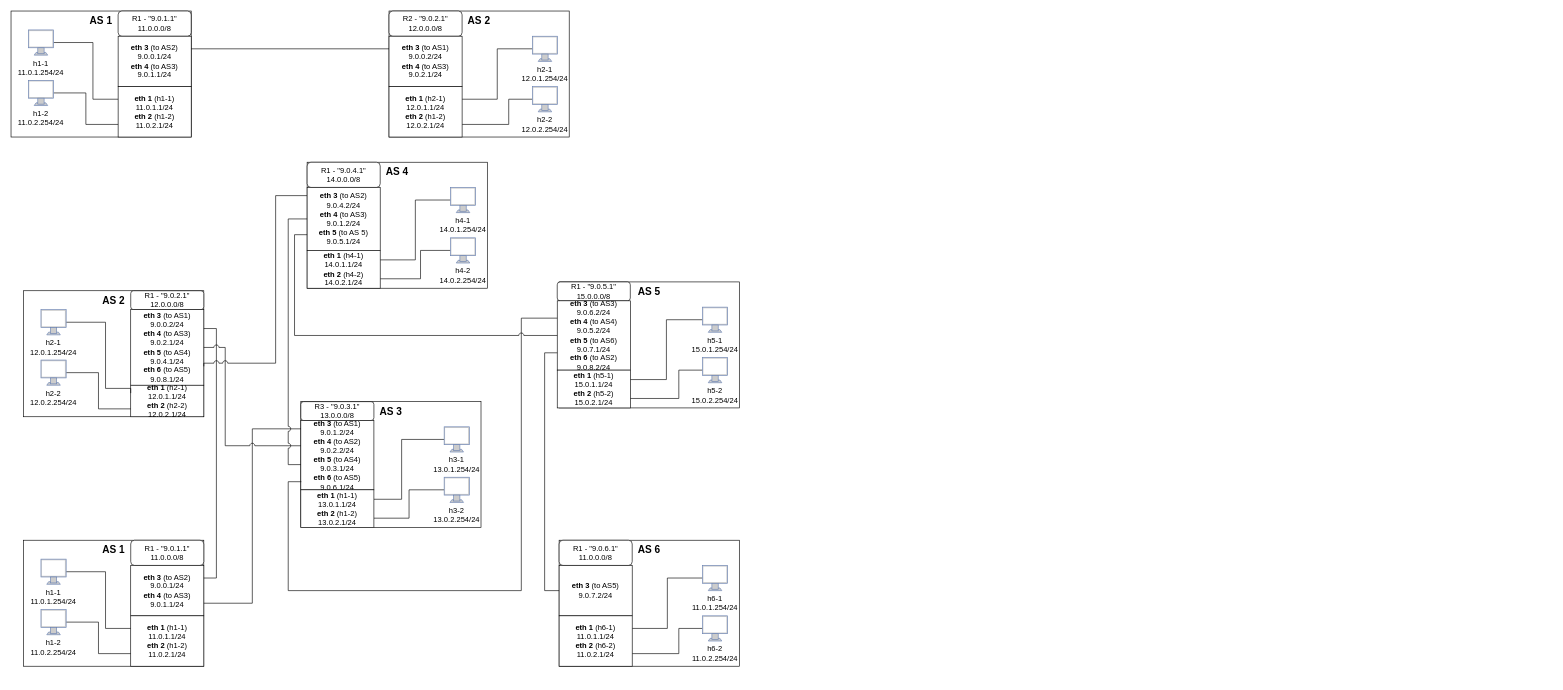
Above: CN_BGPHijacking.drawio in andymakesapps/diagrams (draw.io), before the change. Source tidied: cells renumbered, new cells numbered last; positions are measured from the earlier drawing's top-left corner, leaving out a move shared by most shapes. Both pictures are drawn from the tidied source at 63%, with x=0, y=0 at pixel (11, 11).
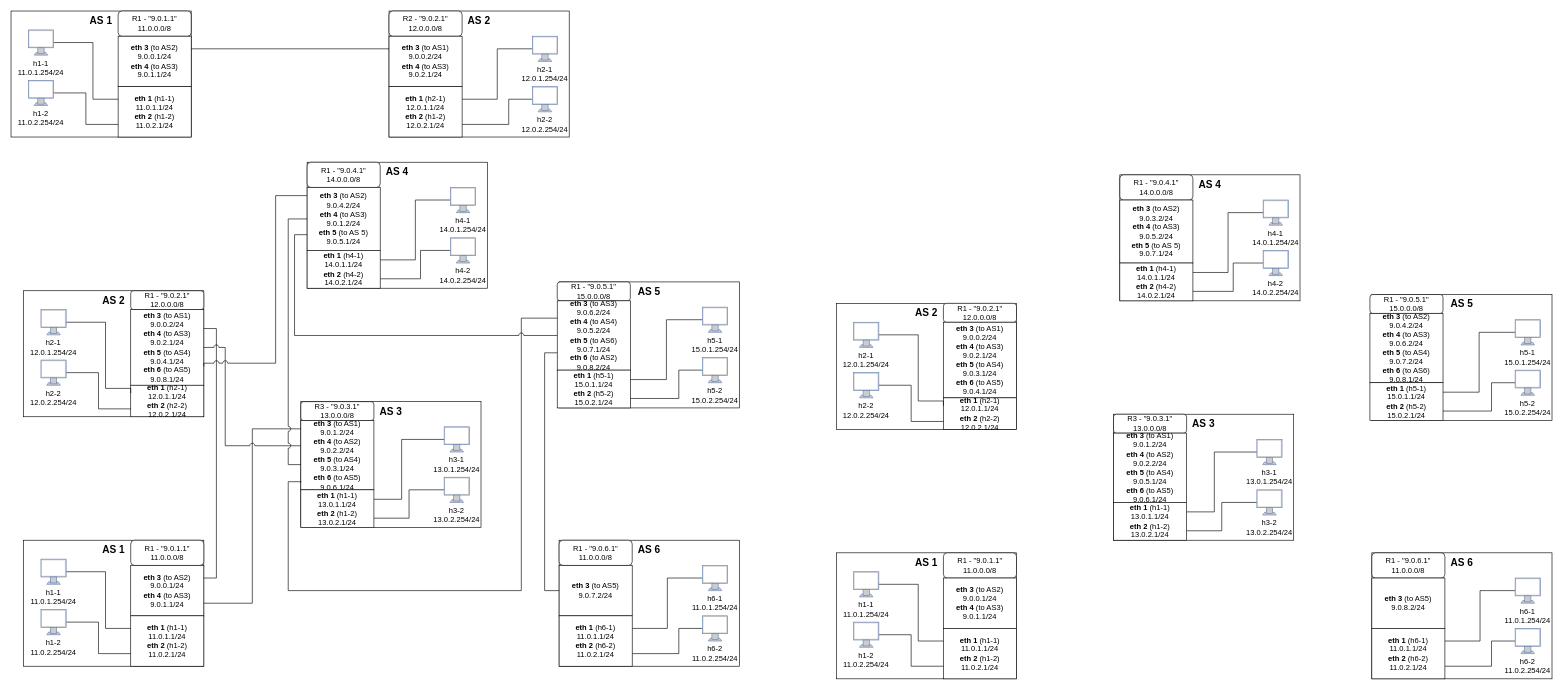
The same page after the edit.

The edit, as a diff of the source:
```diff
@@
+    <mxCell id="107" style="group;" parent="1" vertex="1">
+      <mxGeometry x="1310" y="860" width="286" height="200" as="geometry" />
+    </mxCell>
+    <mxCell id="108" style="rounded=0;whiteSpace=wrap;html=1;" parent="107" vertex="1">
+      <mxGeometry width="286" height="200" as="geometry" />
+    </mxCell>
+    <mxCell id="109" value="R1 - &quot;9.0.1.1&quot;&lt;br&gt;11.0.0.0/8" style="rounded=1;whiteSpace=wrap;html=1;" parent="107" vertex="1">
+      <mxGeometry x="170" width="116" height="40" as="geometry" />
+    </mxCell>
+    <mxCell id="110" value="&lt;b&gt;eth 3 &lt;/b&gt;(to AS2)&lt;br&gt;9.0.0.1/24&lt;br&gt;&lt;b&gt;eth 4 &lt;/b&gt;(to AS3)&lt;br&gt;9.0.1.1/24" style="rounded=0;whiteSpace=wrap;html=1;" parent="107" vertex="1">
+      <mxGeometry x="170" y="40" width="116" height="80" as="geometry" />
+    </mxCell>
+    <mxCell id="111" value="&lt;b&gt;eth 1&amp;nbsp;&lt;/b&gt;(h1-1)&lt;br&gt;11.0.1.1/24&lt;br&gt;&lt;b&gt;eth 2&amp;nbsp;&lt;/b&gt;(h1-2)&lt;br&gt;11.0.2.1/24" style="rounded=0;whiteSpace=wrap;html=1;" parent="107" vertex="1">
+      <mxGeometry x="170" y="120" width="116" height="80" as="geometry" />
+    </mxCell>
+    <mxCell id="112" style="edgeStyle=orthogonalEdgeStyle;rounded=0;jettySize=auto;html=1;exitX=1;exitY=0.5;exitDx=0;exitDy=0;exitPerimeter=0;entryX=0;entryY=0.25;entryDx=0;entryDy=0;endArrow=none;endFill=0;" parent="107" edge="1" source="113" target="111">
+      <mxGeometry relative="1" as="geometry">
+        <Array as="points">
+          <mxPoint x="130" y="50" />
+          <mxPoint x="130" y="140" />
+        </Array>
+      </mxGeometry>
+    </mxCell>
+    <mxCell id="113" style="fontColor=#0066CC;verticalAlign=top;verticalLabelPosition=bottom;labelPosition=center;align=center;html=1;outlineConnect=0;fillColor=#CCCCCC;strokeColor=#6881B3;gradientColor=none;gradientDirection=north;strokeWidth=2;shape=mxgraph.networks.monitor;" parent="107" vertex="1">
+      <mxGeometry x="27.5" y="30" width="40" height="40" as="geometry" />
+    </mxCell>
+    <mxCell id="114" value="h1-1&lt;br&gt;11.0.1.254/24" style="text;html=1;strokeColor=none;fillColor=none;align=center;verticalAlign=middle;whiteSpace=wrap;rounded=0;" parent="107" vertex="1">
+      <mxGeometry x="20" y="75" width="55" height="30" as="geometry" />
+    </mxCell>
+    <mxCell id="115" style="edgeStyle=orthogonalEdgeStyle;rounded=0;jettySize=auto;html=1;exitX=1;exitY=0.5;exitDx=0;exitDy=0;exitPerimeter=0;entryX=0;entryY=0.75;entryDx=0;entryDy=0;endArrow=none;endFill=0;" parent="107" edge="1" source="116" target="111">
+      <mxGeometry relative="1" as="geometry" />
+    </mxCell>
+    <mxCell id="116" style="fontColor=#0066CC;verticalAlign=top;verticalLabelPosition=bottom;labelPosition=center;align=center;html=1;outlineConnect=0;fillColor=#CCCCCC;strokeColor=#6881B3;gradientColor=none;gradientDirection=north;strokeWidth=2;shape=mxgraph.networks.monitor;" parent="107" vertex="1">
+      <mxGeometry x="27.5" y="110" width="40" height="40" as="geometry" />
+    </mxCell>
+    <mxCell id="117" value="h1-2&lt;br&gt;11.0.2.254/24" style="text;html=1;strokeColor=none;fillColor=none;align=center;verticalAlign=middle;whiteSpace=wrap;rounded=0;" parent="107" vertex="1">
+      <mxGeometry x="20" y="155" width="55" height="30" as="geometry" />
+    </mxCell>
+    <mxCell id="118" value="&lt;b&gt;&lt;font style=&quot;font-size: 16px;&quot;&gt;AS 1&lt;/font&gt;&lt;/b&gt;" style="text;html=1;strokeColor=none;fillColor=none;align=center;verticalAlign=middle;whiteSpace=wrap;rounded=0;" parent="107" vertex="1">
+      <mxGeometry x="113" width="60" height="30" as="geometry" />
+    </mxCell>
+    <mxCell id="119" style="group;" parent="1" vertex="1">
+      <mxGeometry x="2160" y="860" width="286" height="200" as="geometry" />
+    </mxCell>
+    <mxCell id="120" style="rounded=0;whiteSpace=wrap;html=1;" parent="119" vertex="1">
+      <mxGeometry width="286" height="200" as="geometry" />
+    </mxCell>
+    <mxCell id="121" style="edgeStyle=orthogonalEdgeStyle;rounded=0;jettySize=auto;html=1;exitX=0;exitY=0.5;exitDx=0;exitDy=0;exitPerimeter=0;entryX=1;entryY=0.25;entryDx=0;entryDy=0;endArrow=none;endFill=0;" parent="119" edge="1" source="122" target="130">
+      <mxGeometry relative="1" as="geometry" />
+    </mxCell>
+    <mxCell id="122" style="fontColor=#0066CC;verticalAlign=top;verticalLabelPosition=bottom;labelPosition=center;align=center;html=1;outlineConnect=0;fillColor=#CCCCCC;strokeColor=#6881B3;gradientColor=none;gradientDirection=north;strokeWidth=2;shape=mxgraph.networks.monitor;" parent="119" vertex="1">
+      <mxGeometry x="227.5" y="40" width="40" height="40" as="geometry" />
+    </mxCell>
+    <mxCell id="123" value="h6-1&lt;br&gt;11.0.1.254/24" style="text;html=1;strokeColor=none;fillColor=none;align=center;verticalAlign=middle;whiteSpace=wrap;rounded=0;" parent="119" vertex="1">
+      <mxGeometry x="220" y="85" width="55" height="30" as="geometry" />
+    </mxCell>
+    <mxCell id="124" style="edgeStyle=orthogonalEdgeStyle;rounded=0;jettySize=auto;html=1;exitX=0;exitY=0.5;exitDx=0;exitDy=0;exitPerimeter=0;entryX=1;entryY=0.75;entryDx=0;entryDy=0;endArrow=none;endFill=0;" parent="119" edge="1" source="125" target="130">
+      <mxGeometry relative="1" as="geometry">
+        <Array as="points">
+          <mxPoint x="190" y="140" />
+          <mxPoint x="190" y="180" />
+        </Array>
+      </mxGeometry>
+    </mxCell>
+    <mxCell id="125" style="fontColor=#0066CC;verticalAlign=top;verticalLabelPosition=bottom;labelPosition=center;align=center;html=1;outlineConnect=0;fillColor=#CCCCCC;strokeColor=#6881B3;gradientColor=none;gradientDirection=north;strokeWidth=2;shape=mxgraph.networks.monitor;" parent="119" vertex="1">
+      <mxGeometry x="227.5" y="120" width="40" height="40" as="geometry" />
+    </mxCell>
+    <mxCell id="126" value="h6-2&lt;br&gt;11.0.2.254/24" style="text;html=1;strokeColor=none;fillColor=none;align=center;verticalAlign=middle;whiteSpace=wrap;rounded=0;" parent="119" vertex="1">
+      <mxGeometry x="220" y="165" width="55" height="30" as="geometry" />
+    </mxCell>
+    <mxCell id="127" value="&lt;b&gt;&lt;font style=&quot;font-size: 16px;&quot;&gt;AS 6&lt;/font&gt;&lt;/b&gt;" style="text;html=1;strokeColor=none;fillColor=none;align=center;verticalAlign=middle;whiteSpace=wrap;rounded=0;" parent="119" vertex="1">
+      <mxGeometry x="113" width="60" height="30" as="geometry" />
+    </mxCell>
+    <mxCell id="128" value="R1 - &quot;9.0.6.1&quot;&lt;br&gt;11.0.0.0/8" style="rounded=1;whiteSpace=wrap;html=1;" parent="119" vertex="1">
+      <mxGeometry width="116" height="40" as="geometry" />
+    </mxCell>
+    <mxCell id="129" value="&lt;b&gt;eth 3 &lt;/b&gt;(to AS5)&lt;br&gt;9.0.8.2/24" style="rounded=0;whiteSpace=wrap;html=1;" parent="119" vertex="1">
+      <mxGeometry y="40" width="116" height="80" as="geometry" />
+    </mxCell>
+    <mxCell id="130" value="&lt;b&gt;eth 1&amp;nbsp;&lt;/b&gt;(h6-1)&lt;br&gt;11.0.1.1/24&lt;br&gt;&lt;b&gt;eth 2&amp;nbsp;&lt;/b&gt;(h6-2)&lt;br&gt;11.0.2.1/24" style="rounded=0;whiteSpace=wrap;html=1;" parent="119" vertex="1">
+      <mxGeometry y="120" width="116" height="80" as="geometry" />
+    </mxCell>
+    <mxCell id="131" style="group;" parent="1" vertex="1">
+      <mxGeometry x="1310" y="464" width="286" height="200" as="geometry" />
+    </mxCell>
+    <mxCell id="132" style="rounded=0;whiteSpace=wrap;html=1;" parent="131" vertex="1">
+      <mxGeometry width="286" height="200" as="geometry" />
+    </mxCell>
+    <mxCell id="133" value="R1 - &quot;9.0.2.1&quot;&lt;br&gt;12.0.0.0/8" style="rounded=1;whiteSpace=wrap;html=1;" parent="131" vertex="1">
+      <mxGeometry x="170" width="116" height="30" as="geometry" />
+    </mxCell>
+    <mxCell id="134" value="&lt;b&gt;eth 3 &lt;/b&gt;(to AS1)&lt;br&gt;9.0.0.2/24&lt;br&gt;&lt;b&gt;eth 4 &lt;/b&gt;(to AS3)&lt;br&gt;9.0.2.1/24&lt;br&gt;&lt;b&gt;eth 5 &lt;/b&gt;(to AS4)&lt;br&gt;9.0.3.1/24&lt;br&gt;&lt;b&gt;eth 6 &lt;/b&gt;(to AS5)&lt;br&gt;9.0.4.1/24" style="rounded=0;whiteSpace=wrap;html=1;" parent="131" vertex="1">
+      <mxGeometry x="170" y="30" width="116" height="120" as="geometry" />
+    </mxCell>
+    <mxCell id="135" value="&lt;b&gt;eth 1&amp;nbsp;&lt;/b&gt;(h2-1)&lt;br&gt;12.0.1.1/24&lt;br&gt;&lt;b&gt;eth 2&amp;nbsp;&lt;/b&gt;(h2-2)&lt;br&gt;12.0.2.1/24" style="rounded=0;whiteSpace=wrap;html=1;" parent="131" vertex="1">
+      <mxGeometry x="170" y="150" width="116" height="50" as="geometry" />
+    </mxCell>
+    <mxCell id="136" style="edgeStyle=orthogonalEdgeStyle;rounded=0;jettySize=auto;html=1;exitX=1;exitY=0.5;exitDx=0;exitDy=0;exitPerimeter=0;entryX=0;entryY=0.25;entryDx=0;entryDy=0;endArrow=none;endFill=0;" parent="131" edge="1" source="137" target="135">
+      <mxGeometry relative="1" as="geometry">
+        <Array as="points">
+          <mxPoint x="130" y="50" />
+          <mxPoint x="130" y="155" />
+        </Array>
+      </mxGeometry>
+    </mxCell>
+    <mxCell id="137" style="fontColor=#0066CC;verticalAlign=top;verticalLabelPosition=bottom;labelPosition=center;align=center;html=1;outlineConnect=0;fillColor=#CCCCCC;strokeColor=#6881B3;gradientColor=none;gradientDirection=north;strokeWidth=2;shape=mxgraph.networks.monitor;" parent="131" vertex="1">
+      <mxGeometry x="27.5" y="30" width="40" height="40" as="geometry" />
+    </mxCell>
+    <mxCell id="138" value="h2-1&lt;br&gt;12.0.1.254/24" style="text;html=1;strokeColor=none;fillColor=none;align=center;verticalAlign=middle;whiteSpace=wrap;rounded=0;" parent="131" vertex="1">
+      <mxGeometry x="20" y="75" width="55" height="30" as="geometry" />
+    </mxCell>
+    <mxCell id="139" style="edgeStyle=orthogonalEdgeStyle;rounded=0;jettySize=auto;html=1;exitX=1;exitY=0.5;exitDx=0;exitDy=0;exitPerimeter=0;entryX=0;entryY=0.75;entryDx=0;entryDy=0;endArrow=none;endFill=0;" parent="131" edge="1" source="140" target="135">
+      <mxGeometry relative="1" as="geometry" />
+    </mxCell>
+    <mxCell id="140" style="fontColor=#0066CC;verticalAlign=top;verticalLabelPosition=bottom;labelPosition=center;align=center;html=1;outlineConnect=0;fillColor=#CCCCCC;strokeColor=#6881B3;gradientColor=none;gradientDirection=north;strokeWidth=2;shape=mxgraph.networks.monitor;" parent="131" vertex="1">
+      <mxGeometry x="27.5" y="110" width="40" height="40" as="geometry" />
+    </mxCell>
+    <mxCell id="141" value="h2-2&lt;br&gt;12.0.2.254/24" style="text;html=1;strokeColor=none;fillColor=none;align=center;verticalAlign=middle;whiteSpace=wrap;rounded=0;" parent="131" vertex="1">
+      <mxGeometry x="20" y="155" width="55" height="30" as="geometry" />
+    </mxCell>
+    <mxCell id="142" value="&lt;b&gt;&lt;font style=&quot;font-size: 16px;&quot;&gt;AS 2&lt;/font&gt;&lt;/b&gt;" style="text;html=1;strokeColor=none;fillColor=none;align=center;verticalAlign=middle;whiteSpace=wrap;rounded=0;" parent="131" vertex="1">
+      <mxGeometry x="113" width="60" height="30" as="geometry" />
+    </mxCell>
+    <mxCell id="143" style="group;" parent="1" vertex="1">
+      <mxGeometry x="1750" y="640" width="286" height="200" as="geometry" />
+    </mxCell>
+    <mxCell id="144" style="rounded=0;whiteSpace=wrap;html=1;" parent="143" vertex="1">
+      <mxGeometry width="286" height="200" as="geometry" />
+    </mxCell>
+    <mxCell id="145" style="edgeStyle=orthogonalEdgeStyle;rounded=0;jettySize=auto;html=1;exitX=0;exitY=0.5;exitDx=0;exitDy=0;exitPerimeter=0;entryX=1;entryY=0.25;entryDx=0;entryDy=0;endArrow=none;endFill=0;" parent="143" edge="1" source="146" target="154">
+      <mxGeometry relative="1" as="geometry">
+        <Array as="points">
+          <mxPoint x="160" y="60" />
+          <mxPoint x="160" y="155" />
+        </Array>
+      </mxGeometry>
+    </mxCell>
+    <mxCell id="146" style="fontColor=#0066CC;verticalAlign=top;verticalLabelPosition=bottom;labelPosition=center;align=center;html=1;outlineConnect=0;fillColor=#CCCCCC;strokeColor=#6881B3;gradientColor=none;gradientDirection=north;strokeWidth=2;shape=mxgraph.networks.monitor;" parent="143" vertex="1">
+      <mxGeometry x="227.5" y="40" width="40" height="40" as="geometry" />
+    </mxCell>
+    <mxCell id="147" value="h3-1&lt;br&gt;13.0.1.254/24" style="text;html=1;strokeColor=none;fillColor=none;align=center;verticalAlign=middle;whiteSpace=wrap;rounded=0;" parent="143" vertex="1">
+      <mxGeometry x="220" y="85" width="55" height="30" as="geometry" />
+    </mxCell>
+    <mxCell id="148" style="edgeStyle=orthogonalEdgeStyle;rounded=0;jettySize=auto;html=1;exitX=0;exitY=0.5;exitDx=0;exitDy=0;exitPerimeter=0;entryX=1;entryY=0.75;entryDx=0;entryDy=0;endArrow=none;endFill=0;" parent="143" edge="1" source="149" target="154">
+      <mxGeometry relative="1" as="geometry" />
+    </mxCell>
+    <mxCell id="149" style="fontColor=#0066CC;verticalAlign=top;verticalLabelPosition=bottom;labelPosition=center;align=center;html=1;outlineConnect=0;fillColor=#CCCCCC;strokeColor=#6881B3;gradientColor=none;gradientDirection=north;strokeWidth=2;shape=mxgraph.networks.monitor;" parent="143" vertex="1">
+      <mxGeometry x="227.5" y="120" width="40" height="40" as="geometry" />
+    </mxCell>
+    <mxCell id="150" value="h3-2&lt;br&gt;13.0.2.254/24" style="text;html=1;strokeColor=none;fillColor=none;align=center;verticalAlign=middle;whiteSpace=wrap;rounded=0;" parent="143" vertex="1">
+      <mxGeometry x="220" y="165" width="55" height="30" as="geometry" />
+    </mxCell>
+    <mxCell id="151" value="&lt;b&gt;&lt;font style=&quot;font-size: 16px;&quot;&gt;AS 3&lt;/font&gt;&lt;/b&gt;" style="text;html=1;strokeColor=none;fillColor=none;align=center;verticalAlign=middle;whiteSpace=wrap;rounded=0;" parent="143" vertex="1">
+      <mxGeometry x="113" width="60" height="30" as="geometry" />
+    </mxCell>
+    <mxCell id="152" value="R3 - &quot;9.0.3.1&quot;&lt;br&gt;13.0.0.0/8" style="rounded=1;whiteSpace=wrap;html=1;" parent="143" vertex="1">
+      <mxGeometry width="116" height="30" as="geometry" />
+    </mxCell>
+    <mxCell id="153" value="&lt;b&gt;eth 3 &lt;/b&gt;(to AS1)&lt;br&gt;9.0.1.2/24&lt;br&gt;&lt;b&gt;eth 4 &lt;/b&gt;(to AS2)&lt;br&gt;9.0.2.2/24&lt;br&gt;&lt;b&gt;eth 5 &lt;/b&gt;(to AS4)&lt;br&gt;9.0.5.1/24&lt;br&gt;&lt;b&gt;eth 6 &lt;/b&gt;(to AS5)&lt;br&gt;9.0.6.1/24" style="rounded=0;whiteSpace=wrap;html=1;" parent="143" vertex="1">
+      <mxGeometry y="30" width="116" height="110" as="geometry" />
+    </mxCell>
+    <mxCell id="154" value="&lt;b&gt;eth 1&amp;nbsp;&lt;/b&gt;(h1-1)&lt;br&gt;13.0.1.1/24&lt;br&gt;&lt;b&gt;eth 2&amp;nbsp;&lt;/b&gt;(h1-2)&lt;br&gt;13.0.2.1/24" style="rounded=0;whiteSpace=wrap;html=1;" parent="143" vertex="1">
+      <mxGeometry y="140" width="116" height="60" as="geometry" />
+    </mxCell>
+    <mxCell id="155" style="group;" parent="1" vertex="1">
+      <mxGeometry x="1760" y="260" width="286" height="200" as="geometry" />
+    </mxCell>
+    <mxCell id="156" style="rounded=0;whiteSpace=wrap;html=1;" parent="155" vertex="1">
+      <mxGeometry width="286" height="200" as="geometry" />
+    </mxCell>
+    <mxCell id="157" style="edgeStyle=orthogonalEdgeStyle;rounded=0;jettySize=auto;html=1;exitX=0;exitY=0.5;exitDx=0;exitDy=0;exitPerimeter=0;entryX=1;entryY=0.25;entryDx=0;entryDy=0;endArrow=none;endFill=0;" parent="155" edge="1" source="158" target="166">
+      <mxGeometry relative="1" as="geometry" />
+    </mxCell>
+    <mxCell id="158" style="fontColor=#0066CC;verticalAlign=top;verticalLabelPosition=bottom;labelPosition=center;align=center;html=1;outlineConnect=0;fillColor=#CCCCCC;strokeColor=#6881B3;gradientColor=none;gradientDirection=north;strokeWidth=2;shape=mxgraph.networks.monitor;" parent="155" vertex="1">
+      <mxGeometry x="227.5" y="40" width="40" height="40" as="geometry" />
+    </mxCell>
+    <mxCell id="159" value="h4-1&lt;br&gt;14.0.1.254/24" style="text;html=1;strokeColor=none;fillColor=none;align=center;verticalAlign=middle;whiteSpace=wrap;rounded=0;" parent="155" vertex="1">
+      <mxGeometry x="220" y="85" width="55" height="30" as="geometry" />
+    </mxCell>
+    <mxCell id="160" style="edgeStyle=orthogonalEdgeStyle;rounded=0;jettySize=auto;html=1;exitX=0;exitY=0.5;exitDx=0;exitDy=0;exitPerimeter=0;entryX=1;entryY=0.75;entryDx=0;entryDy=0;endArrow=none;endFill=0;" parent="155" edge="1" source="161" target="166">
+      <mxGeometry relative="1" as="geometry">
+        <Array as="points">
+          <mxPoint x="180" y="140" />
+          <mxPoint x="180" y="185" />
+        </Array>
+      </mxGeometry>
+    </mxCell>
+    <mxCell id="161" style="fontColor=#0066CC;verticalAlign=top;verticalLabelPosition=bottom;labelPosition=center;align=center;html=1;outlineConnect=0;fillColor=#CCCCCC;strokeColor=#6881B3;gradientColor=none;gradientDirection=north;strokeWidth=2;shape=mxgraph.networks.monitor;" parent="155" vertex="1">
+      <mxGeometry x="227.5" y="120" width="40" height="40" as="geometry" />
+    </mxCell>
+    <mxCell id="162" value="h4-2&lt;br&gt;14.0.2.254/24" style="text;html=1;strokeColor=none;fillColor=none;align=center;verticalAlign=middle;whiteSpace=wrap;rounded=0;" parent="155" vertex="1">
+      <mxGeometry x="220" y="165" width="55" height="30" as="geometry" />
+    </mxCell>
+    <mxCell id="163" value="&lt;b&gt;&lt;font style=&quot;font-size: 16px;&quot;&gt;AS 4&lt;/font&gt;&lt;/b&gt;" style="text;html=1;strokeColor=none;fillColor=none;align=center;verticalAlign=middle;whiteSpace=wrap;rounded=0;" parent="155" vertex="1">
+      <mxGeometry x="113" width="60" height="30" as="geometry" />
+    </mxCell>
+    <mxCell id="164" value="R1 - &quot;9.0.4.1&quot;&lt;br&gt;14.0.0.0/8" style="rounded=1;whiteSpace=wrap;html=1;" parent="155" vertex="1">
+      <mxGeometry width="116" height="40" as="geometry" />
+    </mxCell>
+    <mxCell id="165" value="&lt;b&gt;eth 3 &lt;/b&gt;(to AS2)&lt;br&gt;9.0.3.2/24&lt;br&gt;&lt;b&gt;eth 4 &lt;/b&gt;(to AS3)&lt;br&gt;9.0.5.2/24&lt;br&gt;&lt;b&gt;eth 5 &lt;/b&gt;(to AS 5)&lt;br&gt;9.0.7.1/24" style="rounded=0;whiteSpace=wrap;html=1;" parent="155" vertex="1">
+      <mxGeometry y="40" width="116" height="100" as="geometry" />
+    </mxCell>
+    <mxCell id="166" value="&lt;b&gt;eth 1&amp;nbsp;&lt;/b&gt;(h4-1)&lt;br&gt;14.0.1.1/24&lt;br&gt;&lt;b&gt;eth 2&amp;nbsp;&lt;/b&gt;(h4-2)&lt;br&gt;14.0.2.1/24" style="rounded=0;whiteSpace=wrap;html=1;" parent="155" vertex="1">
+      <mxGeometry y="140" width="116" height="60" as="geometry" />
+    </mxCell>
+    <mxCell id="167" style="group;" parent="1" vertex="1">
+      <mxGeometry x="2160" y="450" width="286" height="200" as="geometry" />
+    </mxCell>
+    <mxCell id="168" style="rounded=0;whiteSpace=wrap;html=1;" parent="167" vertex="1">
+      <mxGeometry width="286" height="200" as="geometry" />
+    </mxCell>
+    <mxCell id="169" style="edgeStyle=orthogonalEdgeStyle;rounded=0;jettySize=auto;html=1;exitX=0;exitY=0.5;exitDx=0;exitDy=0;exitPerimeter=0;entryX=1;entryY=0.25;entryDx=0;entryDy=0;endArrow=none;endFill=0;" parent="167" edge="1" source="170" target="178">
+      <mxGeometry relative="1" as="geometry" />
+    </mxCell>
+    <mxCell id="170" style="fontColor=#0066CC;verticalAlign=top;verticalLabelPosition=bottom;labelPosition=center;align=center;html=1;outlineConnect=0;fillColor=#CCCCCC;strokeColor=#6881B3;gradientColor=none;gradientDirection=north;strokeWidth=2;shape=mxgraph.networks.monitor;" parent="167" vertex="1">
+      <mxGeometry x="227.5" y="40" width="40" height="40" as="geometry" />
+    </mxCell>
+    <mxCell id="171" value="h5-1&lt;br&gt;15.0.1.254/24" style="text;html=1;strokeColor=none;fillColor=none;align=center;verticalAlign=middle;whiteSpace=wrap;rounded=0;" parent="167" vertex="1">
+      <mxGeometry x="220" y="85" width="55" height="30" as="geometry" />
+    </mxCell>
+    <mxCell id="172" style="edgeStyle=orthogonalEdgeStyle;rounded=0;jettySize=auto;html=1;exitX=0;exitY=0.5;exitDx=0;exitDy=0;exitPerimeter=0;entryX=1;entryY=0.75;entryDx=0;entryDy=0;endArrow=none;endFill=0;" parent="167" edge="1" source="173" target="178">
+      <mxGeometry relative="1" as="geometry">
+        <Array as="points">
+          <mxPoint x="190" y="140" />
+          <mxPoint x="190" y="185" />
+        </Array>
+      </mxGeometry>
+    </mxCell>
+    <mxCell id="173" style="fontColor=#0066CC;verticalAlign=top;verticalLabelPosition=bottom;labelPosition=center;align=center;html=1;outlineConnect=0;fillColor=#CCCCCC;strokeColor=#6881B3;gradientColor=none;gradientDirection=north;strokeWidth=2;shape=mxgraph.networks.monitor;" parent="167" vertex="1">
+      <mxGeometry x="227.5" y="120" width="40" height="40" as="geometry" />
+    </mxCell>
+    <mxCell id="174" value="h5-2&lt;br&gt;15.0.2.254/24" style="text;html=1;strokeColor=none;fillColor=none;align=center;verticalAlign=middle;whiteSpace=wrap;rounded=0;" parent="167" vertex="1">
+      <mxGeometry x="220" y="165" width="55" height="30" as="geometry" />
+    </mxCell>
+    <mxCell id="175" value="&lt;b&gt;&lt;font style=&quot;font-size: 16px;&quot;&gt;AS 5&lt;/font&gt;&lt;/b&gt;" style="text;html=1;strokeColor=none;fillColor=none;align=center;verticalAlign=middle;whiteSpace=wrap;rounded=0;" parent="167" vertex="1">
+      <mxGeometry x="113" width="60" height="30" as="geometry" />
+    </mxCell>
+    <mxCell id="176" value="R1 - &quot;9.0.5.1&quot;&lt;br&gt;15.0.0.0/8" style="rounded=1;whiteSpace=wrap;html=1;" parent="167" vertex="1">
+      <mxGeometry x="-3" width="116" height="30" as="geometry" />
+    </mxCell>
+    <mxCell id="177" value="&lt;b&gt;eth 3 &lt;/b&gt;(to AS2)&lt;br&gt;9.0.4.2/24&lt;br&gt;&lt;b&gt;eth 4 &lt;/b&gt;(to AS3)&lt;br&gt;9.0.6.2/24&lt;br&gt;&lt;b&gt;eth 5 &lt;/b&gt;(to AS4)&lt;br&gt;9.0.7.2/24&lt;br&gt;&lt;b&gt;eth 6&lt;/b&gt;&amp;nbsp;(to AS6)&lt;br&gt;9.0.8.1/24" style="rounded=0;whiteSpace=wrap;html=1;" parent="167" vertex="1">
+      <mxGeometry x="-3" y="30" width="116" height="110" as="geometry" />
+    </mxCell>
+    <mxCell id="178" value="&lt;b&gt;eth 1&amp;nbsp;&lt;/b&gt;(h5-1)&lt;br&gt;15.0.1.1/24&lt;br&gt;&lt;b&gt;eth 2&amp;nbsp;&lt;/b&gt;(h5-2)&lt;br&gt;15.0.2.1/24" style="rounded=0;whiteSpace=wrap;html=1;" parent="167" vertex="1">
+      <mxGeometry x="-3" y="140" width="116" height="60" as="geometry" />
+    </mxCell>
```
